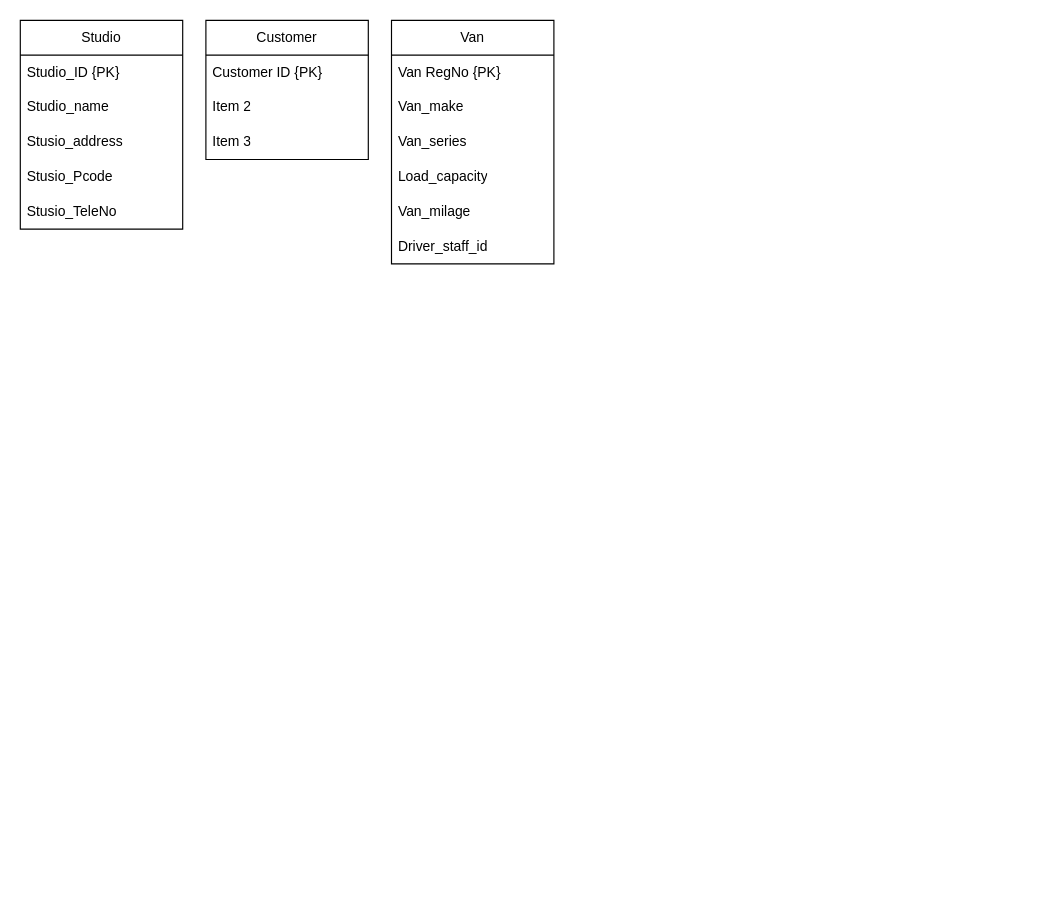
The draw.io diagram Week04_DB.drawio in Anuja-jayasinghe/DrawIo_Projects, before the edit. Source tidied: cells renumbered, new cells numbered last; positions are measured from the earlier drawing's top-left corner, leaving out a move shared by most shapes. Both pictures are drawn from the tidied source at 116%, with x=0, y=0 at pixel (20, 20).
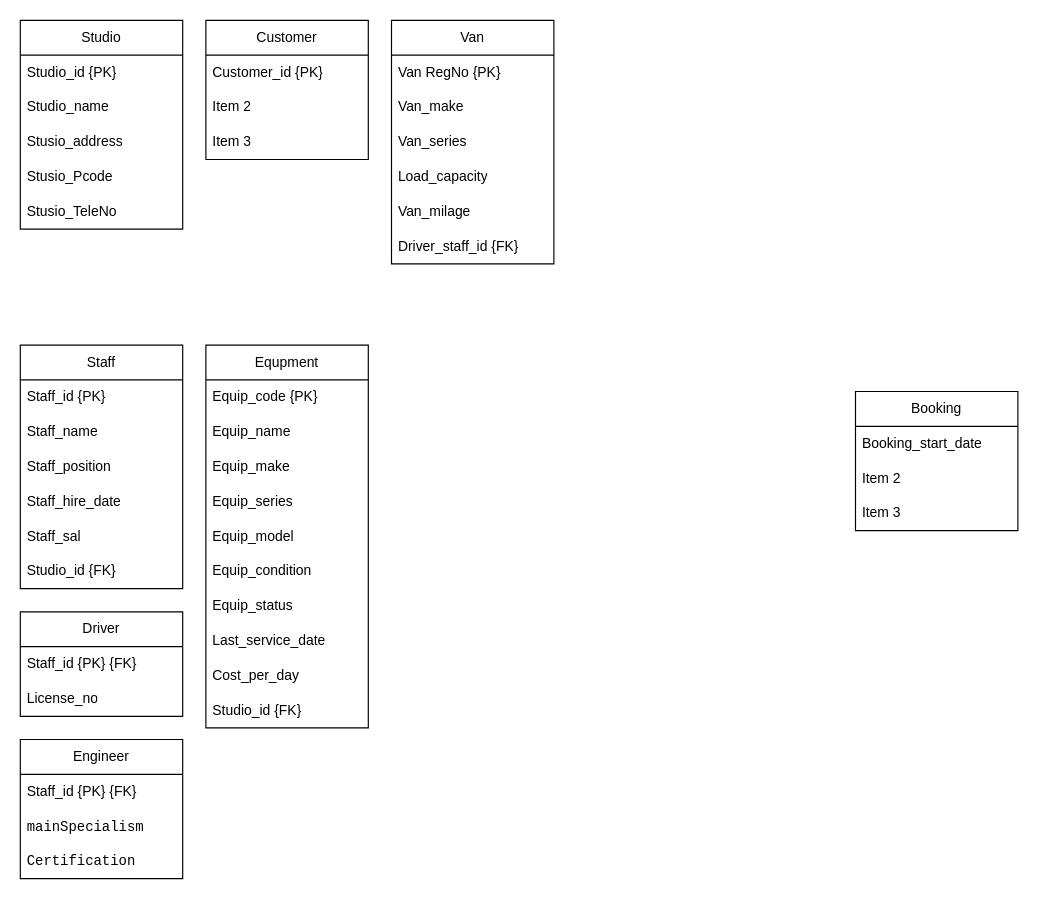
The same page after the edit.

Unchanged cells that the change refers to:
```xml
<mxCell id="2" value="Studio" style="swimlane;fontStyle=0;horizontal=1;startSize=30;whiteSpace=wrap;html=1;" parent="1" vertex="1">
  <mxGeometry width="140" height="180" as="geometry" />
</mxCell>
<mxCell id="8" value="Customer" style="swimlane;fontStyle=0;horizontal=1;startSize=30;whiteSpace=wrap;html=1;" parent="1" vertex="1">
  <mxGeometry x="160" width="140" height="120" as="geometry" />
</mxCell>
<mxCell id="12" value="Van" style="swimlane;fontStyle=0;horizontal=1;startSize=30;whiteSpace=wrap;html=1;" parent="1" vertex="1">
  <mxGeometry x="320" width="140" height="210" as="geometry" />
</mxCell>
```

The edit, as a diff of the source:
```diff
@@
-    <mxCell id="3" value="Studio_ID {PK}" style="text;strokeColor=none;fillColor=none;align=left;verticalAlign=middle;spacingLeft=4;spacingRight=4;overflow=hidden;whiteSpace=wrap;html=1;" parent="2" vertex="1">
+    <mxCell id="3" value="Studio_id {PK}" style="text;strokeColor=none;fillColor=none;align=left;verticalAlign=middle;spacingLeft=4;spacingRight=4;overflow=hidden;whiteSpace=wrap;html=1;" parent="2" vertex="1">
       <mxGeometry y="30" width="140" height="30" as="geometry" />
     </mxCell>
@@
-    <mxCell id="9" value="Customer&amp;nbsp;&lt;span style=&quot;background-color: transparent; color: light-dark(rgb(0, 0, 0), rgb(255, 255, 255));&quot;&gt;ID {PK}&lt;/span&gt;" style="text;strokeColor=none;fillColor=none;align=left;verticalAlign=middle;spacingLeft=4;spacingRight=4;overflow=hidden;whiteSpace=wrap;html=1;" parent="8" vertex="1">
+    <mxCell id="9" value="Customer_id&lt;span style=&quot;background-color: transparent; color: light-dark(rgb(0, 0, 0), rgb(255, 255, 255));&quot;&gt;&amp;nbsp;{PK}&lt;/span&gt;" style="text;strokeColor=none;fillColor=none;align=left;verticalAlign=middle;spacingLeft=4;spacingRight=4;overflow=hidden;whiteSpace=wrap;html=1;" parent="8" vertex="1">
       <mxGeometry y="30" width="140" height="30" as="geometry" />
     </mxCell>
@@
-    <mxCell id="18" value="Driver_staff_id" style="text;strokeColor=none;fillColor=none;align=left;verticalAlign=middle;spacingLeft=4;spacingRight=4;overflow=hidden;whiteSpace=wrap;html=1;" parent="12" vertex="1">
+    <mxCell id="18" value="Driver_staff_id {FK}" style="text;strokeColor=none;fillColor=none;align=left;verticalAlign=middle;spacingLeft=4;spacingRight=4;overflow=hidden;whiteSpace=wrap;html=1;" parent="12" vertex="1">
       <mxGeometry y="180" width="140" height="30" as="geometry" />
     </mxCell>
+    <mxCell id="19" value="Staff" style="swimlane;fontStyle=0;horizontal=1;startSize=30;whiteSpace=wrap;html=1;" parent="1" vertex="1">
+      <mxGeometry y="280" width="140" height="210" as="geometry" />
+    </mxCell>
+    <mxCell id="20" value="&lt;span style=&quot;background-color: transparent; color: light-dark(rgb(0, 0, 0), rgb(255, 255, 255));&quot;&gt;Staff_id {PK}&lt;/span&gt;" style="text;strokeColor=none;fillColor=none;align=left;verticalAlign=middle;spacingLeft=4;spacingRight=4;overflow=hidden;whiteSpace=wrap;html=1;" parent="19" vertex="1">
+      <mxGeometry y="30" width="140" height="30" as="geometry" />
+    </mxCell>
+    <mxCell id="21" value="Staff_name" style="text;strokeColor=none;fillColor=none;align=left;verticalAlign=middle;spacingLeft=4;spacingRight=4;overflow=hidden;whiteSpace=wrap;html=1;" parent="19" vertex="1">
+      <mxGeometry y="60" width="140" height="30" as="geometry" />
+    </mxCell>
+    <mxCell id="22" value="Staff_position" style="text;strokeColor=none;fillColor=none;align=left;verticalAlign=middle;spacingLeft=4;spacingRight=4;overflow=hidden;whiteSpace=wrap;html=1;" parent="19" vertex="1">
+      <mxGeometry y="90" width="140" height="30" as="geometry" />
+    </mxCell>
+    <mxCell id="23" value="Staff_hire_date" style="text;strokeColor=none;fillColor=none;align=left;verticalAlign=middle;spacingLeft=4;spacingRight=4;overflow=hidden;whiteSpace=wrap;html=1;" parent="19" vertex="1">
+      <mxGeometry y="120" width="140" height="30" as="geometry" />
+    </mxCell>
+    <mxCell id="24" value="Staff_sal" style="text;strokeColor=none;fillColor=none;align=left;verticalAlign=middle;spacingLeft=4;spacingRight=4;overflow=hidden;whiteSpace=wrap;html=1;" parent="19" vertex="1">
+      <mxGeometry y="150" width="140" height="30" as="geometry" />
+    </mxCell>
+    <mxCell id="25" value="Studio_id {FK}" style="text;strokeColor=none;fillColor=none;align=left;verticalAlign=middle;spacingLeft=4;spacingRight=4;overflow=hidden;whiteSpace=wrap;html=1;" parent="19" vertex="1">
+      <mxGeometry y="180" width="140" height="30" as="geometry" />
+    </mxCell>
+    <mxCell id="26" value="Driver" style="swimlane;fontStyle=0;horizontal=1;startSize=30;whiteSpace=wrap;html=1;" parent="1" vertex="1">
+      <mxGeometry y="510" width="140" height="90" as="geometry" />
+    </mxCell>
+    <mxCell id="27" value="Staff_id {PK} {FK}" style="text;strokeColor=none;fillColor=none;align=left;verticalAlign=middle;spacingLeft=4;spacingRight=4;overflow=hidden;whiteSpace=wrap;html=1;" parent="26" vertex="1">
+      <mxGeometry y="30" width="140" height="30" as="geometry" />
+    </mxCell>
+    <mxCell id="28" value="License_no" style="text;strokeColor=none;fillColor=none;align=left;verticalAlign=middle;spacingLeft=4;spacingRight=4;overflow=hidden;whiteSpace=wrap;html=1;" parent="26" vertex="1">
+      <mxGeometry y="60" width="140" height="30" as="geometry" />
+    </mxCell>
+    <mxCell id="29" value="Engineer" style="swimlane;fontStyle=0;horizontal=1;startSize=30;whiteSpace=wrap;html=1;" parent="1" vertex="1">
+      <mxGeometry y="620" width="140" height="120" as="geometry" />
+    </mxCell>
+    <mxCell id="30" value="Staff_id {PK} {FK}" style="text;strokeColor=none;fillColor=none;align=left;verticalAlign=middle;spacingLeft=4;spacingRight=4;overflow=hidden;whiteSpace=wrap;html=1;" parent="29" vertex="1">
+      <mxGeometry y="30" width="140" height="30" as="geometry" />
+    </mxCell>
+    <mxCell id="31" value="&lt;code&gt;mainSpecialism&lt;/code&gt;&lt;span class=&quot;citation-528 citation-end-528&quot;&gt;&lt;/span&gt;" style="text;strokeColor=none;fillColor=none;align=left;verticalAlign=middle;spacingLeft=4;spacingRight=4;overflow=hidden;whiteSpace=wrap;html=1;" parent="29" vertex="1">
+      <mxGeometry y="60" width="140" height="30" as="geometry" />
+    </mxCell>
+    <mxCell id="32" value="&lt;code&gt;Certification&lt;/code&gt;&lt;span class=&quot;citation-528 citation-end-528&quot;&gt;&lt;/span&gt;" style="text;strokeColor=none;fillColor=none;align=left;verticalAlign=middle;spacingLeft=4;spacingRight=4;overflow=hidden;whiteSpace=wrap;html=1;" parent="29" vertex="1">
+      <mxGeometry y="90" width="140" height="30" as="geometry" />
+    </mxCell>
+    <mxCell id="33" value="Equpment" style="swimlane;fontStyle=0;horizontal=1;startSize=30;whiteSpace=wrap;html=1;" parent="1" vertex="1">
+      <mxGeometry x="160" y="280" width="140" height="330" as="geometry" />
+    </mxCell>
+    <mxCell id="34" value="Equip_code {PK}" style="text;strokeColor=none;fillColor=none;align=left;verticalAlign=middle;spacingLeft=4;spacingRight=4;overflow=hidden;whiteSpace=wrap;html=1;" parent="33" vertex="1">
+      <mxGeometry y="30" width="140" height="30" as="geometry" />
+    </mxCell>
+    <mxCell id="35" value="Equip_name" style="text;strokeColor=none;fillColor=none;align=left;verticalAlign=middle;spacingLeft=4;spacingRight=4;overflow=hidden;whiteSpace=wrap;html=1;" parent="33" vertex="1">
+      <mxGeometry y="60" width="140" height="30" as="geometry" />
+    </mxCell>
+    <mxCell id="36" value="Equip_make" style="text;strokeColor=none;fillColor=none;align=left;verticalAlign=middle;spacingLeft=4;spacingRight=4;overflow=hidden;whiteSpace=wrap;html=1;" parent="33" vertex="1">
+      <mxGeometry y="90" width="140" height="30" as="geometry" />
+    </mxCell>
+    <mxCell id="37" value="Equip_series" style="text;strokeColor=none;fillColor=none;align=left;verticalAlign=middle;spacingLeft=4;spacingRight=4;overflow=hidden;whiteSpace=wrap;html=1;" parent="33" vertex="1">
+      <mxGeometry y="120" width="140" height="30" as="geometry" />
+    </mxCell>
+    <mxCell id="38" value="Equip_model" style="text;strokeColor=none;fillColor=none;align=left;verticalAlign=middle;spacingLeft=4;spacingRight=4;overflow=hidden;whiteSpace=wrap;html=1;" parent="33" vertex="1">
+      <mxGeometry y="150" width="140" height="30" as="geometry" />
+    </mxCell>
+    <mxCell id="39" value="Equip_condition" style="text;strokeColor=none;fillColor=none;align=left;verticalAlign=middle;spacingLeft=4;spacingRight=4;overflow=hidden;whiteSpace=wrap;html=1;" parent="33" vertex="1">
+      <mxGeometry y="180" width="140" height="30" as="geometry" />
+    </mxCell>
+    <mxCell id="40" value="Equip_status" style="text;strokeColor=none;fillColor=none;align=left;verticalAlign=middle;spacingLeft=4;spacingRight=4;overflow=hidden;whiteSpace=wrap;html=1;" parent="33" vertex="1">
+      <mxGeometry y="210" width="140" height="30" as="geometry" />
+    </mxCell>
+    <mxCell id="41" value="Last_service_date" style="text;strokeColor=none;fillColor=none;align=left;verticalAlign=middle;spacingLeft=4;spacingRight=4;overflow=hidden;whiteSpace=wrap;html=1;" parent="33" vertex="1">
+      <mxGeometry y="240" width="140" height="30" as="geometry" />
+    </mxCell>
+    <mxCell id="42" value="Cost_per_day" style="text;strokeColor=none;fillColor=none;align=left;verticalAlign=middle;spacingLeft=4;spacingRight=4;overflow=hidden;whiteSpace=wrap;html=1;" parent="33" vertex="1">
+      <mxGeometry y="270" width="140" height="30" as="geometry" />
+    </mxCell>
+    <mxCell id="43" value="Studio_id {FK}" style="text;strokeColor=none;fillColor=none;align=left;verticalAlign=middle;spacingLeft=4;spacingRight=4;overflow=hidden;whiteSpace=wrap;html=1;" parent="33" vertex="1">
+      <mxGeometry y="300" width="140" height="30" as="geometry" />
+    </mxCell>
+    <mxCell id="44" value="Booking" style="swimlane;fontStyle=0;horizontal=1;startSize=30;whiteSpace=wrap;html=1;" parent="1" vertex="1">
+      <mxGeometry x="720" y="320" width="140" height="120" as="geometry" />
+    </mxCell>
+    <mxCell id="45" value="Booking_start_date" style="text;strokeColor=none;fillColor=none;align=left;verticalAlign=middle;spacingLeft=4;spacingRight=4;overflow=hidden;whiteSpace=wrap;html=1;" parent="44" vertex="1">
+      <mxGeometry y="30" width="140" height="30" as="geometry" />
+    </mxCell>
+    <mxCell id="46" value="Item 2" style="text;strokeColor=none;fillColor=none;align=left;verticalAlign=middle;spacingLeft=4;spacingRight=4;overflow=hidden;whiteSpace=wrap;html=1;" parent="44" vertex="1">
+      <mxGeometry y="60" width="140" height="30" as="geometry" />
+    </mxCell>
+    <mxCell id="47" value="Item 3" style="text;strokeColor=none;fillColor=none;align=left;verticalAlign=middle;spacingLeft=4;spacingRight=4;overflow=hidden;whiteSpace=wrap;html=1;" parent="44" vertex="1">
+      <mxGeometry y="90" width="140" height="30" as="geometry" />
+    </mxCell>
```
